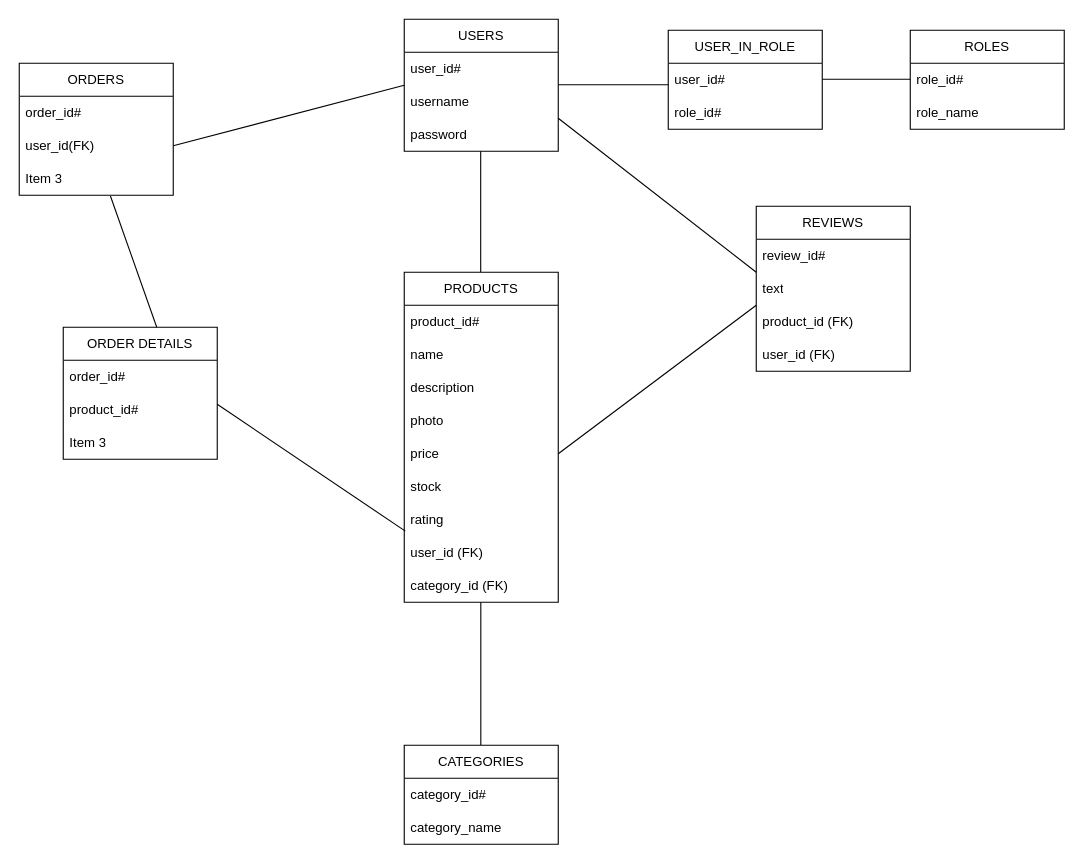
Before: Diagrame/Diagrama conceptuală DAW.drawio in stefanvoica/The-Champions, a draw.io diagram. Source tidied: cells renumbered, new cells numbered last; positions are measured from the earlier drawing's top-left corner, leaving out a move shared by most shapes. Both pictures are drawn from the tidied source at 110%, with x=0, y=0 at pixel (19, 19).
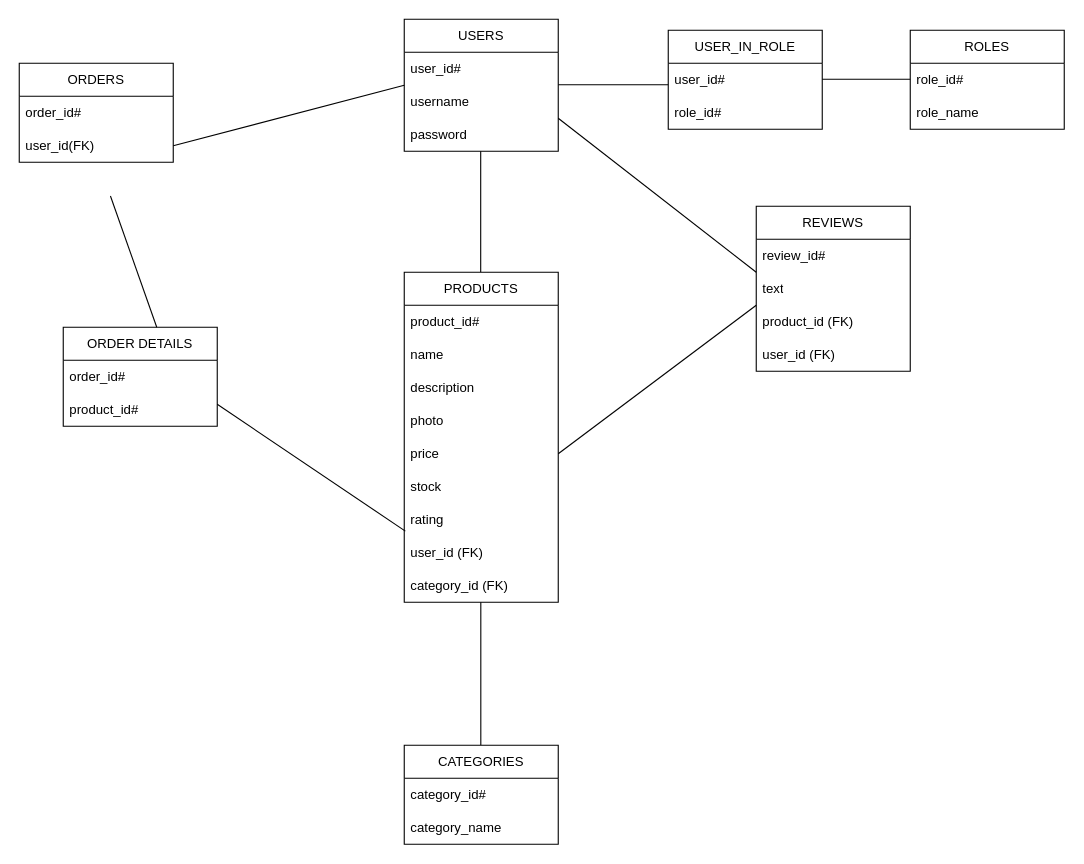
The same diagram, later.

Commit message:
Actualizare Diagrama conceptuală.drawio

Change to the diagram source:
```diff
@@
     <mxCell id="36" value="ORDERS" style="swimlane;fontStyle=0;horizontal=1;startSize=30;whiteSpace=wrap;html=1;" parent="1" vertex="1">
-      <mxGeometry y="40" width="140" height="120" as="geometry" />
+      <mxGeometry y="40" width="140" height="90" as="geometry" />
     </mxCell>
@@
-    <mxCell id="39" value="Item 3" style="text;strokeColor=none;fillColor=none;align=left;verticalAlign=middle;spacingLeft=4;spacingRight=4;overflow=hidden;points=[[0,0.5],[1,0.5]];portConstraint=eastwest;whiteSpace=wrap;html=1;" parent="36" vertex="1">
-      <mxGeometry y="90" width="140" height="30" as="geometry" />
-    </mxCell>
@@
     <mxCell id="41" value="ORDER DETAILS" style="swimlane;fontStyle=0;horizontal=1;startSize=30;whiteSpace=wrap;html=1;" parent="1" vertex="1">
-      <mxGeometry x="40" y="280" width="140" height="120" as="geometry" />
+      <mxGeometry x="40" y="280" width="140" height="90" as="geometry" />
     </mxCell>
@@
-    <mxCell id="44" value="Item 3" style="text;strokeColor=none;fillColor=none;align=left;verticalAlign=middle;spacingLeft=4;spacingRight=4;overflow=hidden;whiteSpace=wrap;html=1;" parent="41" vertex="1">
-      <mxGeometry y="90" width="140" height="30" as="geometry" />
-    </mxCell>
@@
-    <mxCell id="46" style="endArrow=none;html=1;rounded=0;entryX=0.592;entryY=1.023;entryDx=0;entryDy=0;entryPerimeter=0;" parent="1" edge="1" target="39">
+    <mxCell id="46" style="endArrow=none;html=1;rounded=0;entryX=0.592;entryY=1.023;entryDx=0;entryDy=0;entryPerimeter=0;" parent="1" edge="1">
       <mxGeometry relative="1" as="geometry">
         <mxPoint x="125" y="280" as="sourcePoint" />
+        <mxPoint x="82.9" y="160.7" as="targetPoint" />
       </mxGeometry>
     </mxCell>
```
